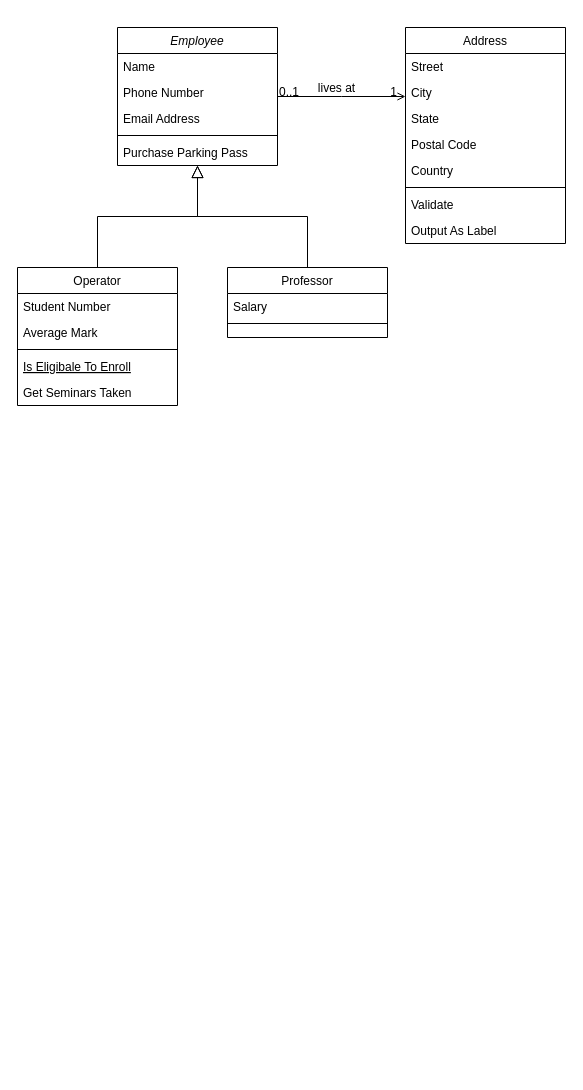
vivianebuge/objectOrientedJava keeps this draw.io diagram as page "Page-1" (1 of 2) of Classes_app.drawio. Above is the earlier version. Source tidied: cells renumbered, new cells numbered last; positions are measured from the earlier drawing's top-left corner, leaving out a move shared by most shapes. Both pictures are drawn from the tidied source at 100%, with x=0, y=0 at pixel (17, 27).
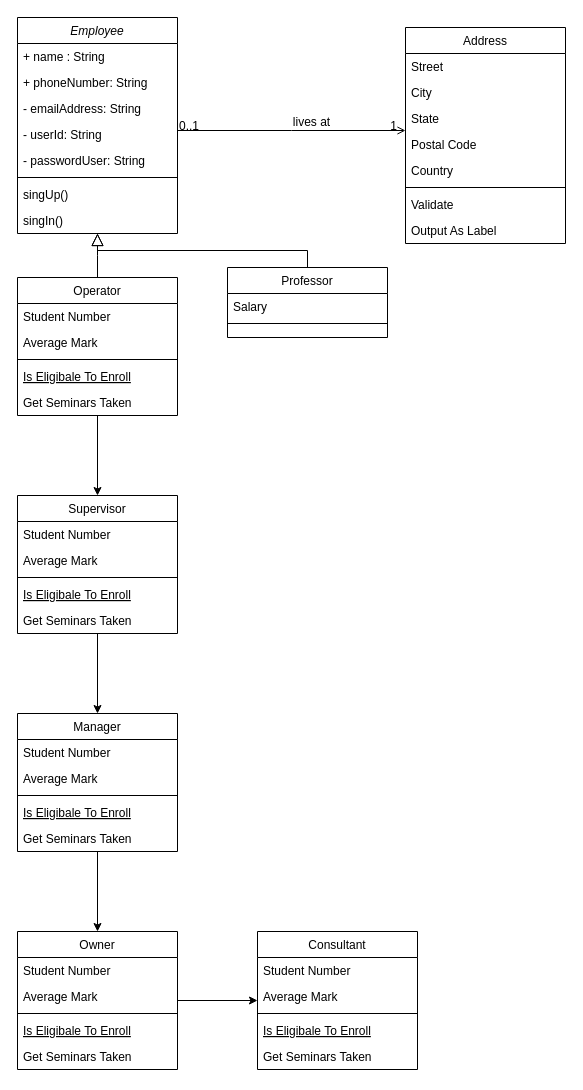
The same diagram, later.

Commit message:
Update of class diagram

The edit, as a diff of the source:
```diff
@@
     <mxCell id="2" value="Employee" style="swimlane;fontStyle=2;align=center;verticalAlign=top;horizontal=1;startSize=26;rounded=0;shadow=0;strokeWidth=1;" parent="1" vertex="1">
-      <mxGeometry x="100" width="160" height="138" as="geometry" />
+      <mxGeometry y="-10" width="160" height="216" as="geometry" />
     </mxCell>
-    <mxCell id="3" value="Name" style="text;align=left;verticalAlign=top;spacingLeft=4;spacingRight=4;overflow=hidden;" parent="2" vertex="1">
+    <mxCell id="3" value="+ name : String" style="text;align=left;verticalAlign=top;spacingLeft=4;spacingRight=4;overflow=hidden;" parent="2" vertex="1">
       <mxGeometry y="26" width="160" height="26" as="geometry" />
     </mxCell>
-    <mxCell id="4" value="Phone Number" style="text;align=left;verticalAlign=top;spacingLeft=4;spacingRight=4;overflow=hidden;rounded=0;shadow=0;html=0;" parent="2" vertex="1">
+    <mxCell id="4" value="+ phoneNumber: String" style="text;align=left;verticalAlign=top;spacingLeft=4;spacingRight=4;overflow=hidden;rounded=0;shadow=0;html=0;" parent="2" vertex="1">
       <mxGeometry y="52" width="160" height="26" as="geometry" />
     </mxCell>
-    <mxCell id="5" value="Email Address" style="text;align=left;verticalAlign=top;spacingLeft=4;spacingRight=4;overflow=hidden;rounded=0;shadow=0;html=0;" parent="2" vertex="1">
+    <mxCell id="5" value="- emailAddress: String" style="text;align=left;verticalAlign=top;spacingLeft=4;spacingRight=4;overflow=hidden;rounded=0;shadow=0;html=0;" parent="2" vertex="1">
       <mxGeometry y="78" width="160" height="26" as="geometry" />
     </mxCell>
+    <mxCell id="32" value="- userId: String" style="text;align=left;verticalAlign=top;spacingLeft=4;spacingRight=4;overflow=hidden;rounded=0;shadow=0;html=0;" parent="2" vertex="1">
+      <mxGeometry y="104" width="160" height="26" as="geometry" />
+    </mxCell>
+    <mxCell id="33" value="- passwordUser: String" style="text;align=left;verticalAlign=top;spacingLeft=4;spacingRight=4;overflow=hidden;rounded=0;shadow=0;html=0;" parent="2" vertex="1">
+      <mxGeometry y="130" width="160" height="26" as="geometry" />
+    </mxCell>
     <mxCell id="6" style="line;html=1;strokeWidth=1;align=left;verticalAlign=middle;spacingTop=-1;spacingLeft=3;spacingRight=3;labelPosition=right;" parent="2" vertex="1">
-      <mxGeometry y="104" width="160" height="8" as="geometry" />
+      <mxGeometry y="156" width="160" height="8" as="geometry" />
     </mxCell>
-    <mxCell id="7" value="Purchase Parking Pass" style="text;align=left;verticalAlign=top;spacingLeft=4;spacingRight=4;overflow=hidden;" parent="2" vertex="1">
-      <mxGeometry y="112" width="160" height="26" as="geometry" />
+    <mxCell id="7" value="singUp()" style="text;align=left;verticalAlign=top;spacingLeft=4;spacingRight=4;overflow=hidden;" parent="2" vertex="1">
+      <mxGeometry y="164" width="160" height="26" as="geometry" />
     </mxCell>
+    <mxCell id="34" value="singIn()" style="text;align=left;verticalAlign=top;spacingLeft=4;spacingRight=4;overflow=hidden;" parent="2" vertex="1">
+      <mxGeometry y="190" width="160" height="26" as="geometry" />
+    </mxCell>
+    <mxCell id="35" style="edgeStyle=orthogonalEdgeStyle;rounded=0;jettySize=auto;html=1;" parent="1" edge="1" source="8" target="37">
+      <mxGeometry relative="1" as="geometry" />
+    </mxCell>
     <mxCell id="8" value="Operator" style="swimlane;fontStyle=0;align=center;verticalAlign=top;horizontal=1;startSize=26;rounded=0;shadow=0;strokeWidth=1;" parent="1" vertex="1">
-      <mxGeometry y="240" width="160" height="138" as="geometry" />
+      <mxGeometry y="250" width="160" height="138" as="geometry" />
     </mxCell>
@@
+    <mxCell id="36" style="edgeStyle=orthogonalEdgeStyle;rounded=0;jettySize=auto;html=1;" parent="1" edge="1" source="37" target="44">
+      <mxGeometry relative="1" as="geometry" />
+    </mxCell>
+    <mxCell id="37" value="Supervisor" style="swimlane;fontStyle=0;align=center;verticalAlign=top;horizontal=1;startSize=26;rounded=0;shadow=0;strokeWidth=1;" parent="1" vertex="1">
+      <mxGeometry y="468" width="160" height="138" as="geometry" />
+    </mxCell>
+    <mxCell id="38" value="Student Number" style="text;align=left;verticalAlign=top;spacingLeft=4;spacingRight=4;overflow=hidden;" parent="37" vertex="1">
+      <mxGeometry y="26" width="160" height="26" as="geometry" />
+    </mxCell>
+    <mxCell id="39" value="Average Mark" style="text;align=left;verticalAlign=top;spacingLeft=4;spacingRight=4;overflow=hidden;rounded=0;shadow=0;html=0;" parent="37" vertex="1">
+      <mxGeometry y="52" width="160" height="26" as="geometry" />
+    </mxCell>
+    <mxCell id="40" style="line;html=1;strokeWidth=1;align=left;verticalAlign=middle;spacingTop=-1;spacingLeft=3;spacingRight=3;labelPosition=right;" parent="37" vertex="1">
+      <mxGeometry y="78" width="160" height="8" as="geometry" />
+    </mxCell>
+    <mxCell id="41" value="Is Eligibale To Enroll" style="text;align=left;verticalAlign=top;spacingLeft=4;spacingRight=4;overflow=hidden;fontStyle=4;" parent="37" vertex="1">
+      <mxGeometry y="86" width="160" height="26" as="geometry" />
+    </mxCell>
+    <mxCell id="42" value="Get Seminars Taken" style="text;align=left;verticalAlign=top;spacingLeft=4;spacingRight=4;overflow=hidden;" parent="37" vertex="1">
+      <mxGeometry y="112" width="160" height="26" as="geometry" />
+    </mxCell>
+    <mxCell id="43" style="edgeStyle=orthogonalEdgeStyle;rounded=0;jettySize=auto;html=1;" parent="1" edge="1" source="44" target="51">
+      <mxGeometry relative="1" as="geometry" />
+    </mxCell>
+    <mxCell id="44" value="Manager" style="swimlane;fontStyle=0;align=center;verticalAlign=top;horizontal=1;startSize=26;rounded=0;shadow=0;strokeWidth=1;" parent="1" vertex="1">
+      <mxGeometry y="686" width="160" height="138" as="geometry" />
+    </mxCell>
+    <mxCell id="45" value="Student Number" style="text;align=left;verticalAlign=top;spacingLeft=4;spacingRight=4;overflow=hidden;" parent="44" vertex="1">
+      <mxGeometry y="26" width="160" height="26" as="geometry" />
+    </mxCell>
+    <mxCell id="46" value="Average Mark" style="text;align=left;verticalAlign=top;spacingLeft=4;spacingRight=4;overflow=hidden;rounded=0;shadow=0;html=0;" parent="44" vertex="1">
+      <mxGeometry y="52" width="160" height="26" as="geometry" />
+    </mxCell>
+    <mxCell id="47" style="line;html=1;strokeWidth=1;align=left;verticalAlign=middle;spacingTop=-1;spacingLeft=3;spacingRight=3;labelPosition=right;" parent="44" vertex="1">
+      <mxGeometry y="78" width="160" height="8" as="geometry" />
+    </mxCell>
+    <mxCell id="48" value="Is Eligibale To Enroll" style="text;align=left;verticalAlign=top;spacingLeft=4;spacingRight=4;overflow=hidden;fontStyle=4;" parent="44" vertex="1">
+      <mxGeometry y="86" width="160" height="26" as="geometry" />
+    </mxCell>
+    <mxCell id="49" value="Get Seminars Taken" style="text;align=left;verticalAlign=top;spacingLeft=4;spacingRight=4;overflow=hidden;" parent="44" vertex="1">
+      <mxGeometry y="112" width="160" height="26" as="geometry" />
+    </mxCell>
+    <mxCell id="50" style="edgeStyle=orthogonalEdgeStyle;rounded=0;jettySize=auto;html=1;" parent="1" edge="1" source="51" target="57">
+      <mxGeometry relative="1" as="geometry" />
+    </mxCell>
+    <mxCell id="51" value="Owner" style="swimlane;fontStyle=0;align=center;verticalAlign=top;horizontal=1;startSize=26;rounded=0;shadow=0;strokeWidth=1;" parent="1" vertex="1">
+      <mxGeometry y="904" width="160" height="138" as="geometry" />
+    </mxCell>
+    <mxCell id="52" value="Student Number" style="text;align=left;verticalAlign=top;spacingLeft=4;spacingRight=4;overflow=hidden;" parent="51" vertex="1">
+      <mxGeometry y="26" width="160" height="26" as="geometry" />
+    </mxCell>
+    <mxCell id="53" value="Average Mark" style="text;align=left;verticalAlign=top;spacingLeft=4;spacingRight=4;overflow=hidden;rounded=0;shadow=0;html=0;" parent="51" vertex="1">
+      <mxGeometry y="52" width="160" height="26" as="geometry" />
+    </mxCell>
+    <mxCell id="54" style="line;html=1;strokeWidth=1;align=left;verticalAlign=middle;spacingTop=-1;spacingLeft=3;spacingRight=3;labelPosition=right;" parent="51" vertex="1">
+      <mxGeometry y="78" width="160" height="8" as="geometry" />
+    </mxCell>
+    <mxCell id="55" value="Is Eligibale To Enroll" style="text;align=left;verticalAlign=top;spacingLeft=4;spacingRight=4;overflow=hidden;fontStyle=4;" parent="51" vertex="1">
+      <mxGeometry y="86" width="160" height="26" as="geometry" />
+    </mxCell>
+    <mxCell id="56" value="Get Seminars Taken" style="text;align=left;verticalAlign=top;spacingLeft=4;spacingRight=4;overflow=hidden;" parent="51" vertex="1">
+      <mxGeometry y="112" width="160" height="26" as="geometry" />
+    </mxCell>
+    <mxCell id="57" value="Consultant" style="swimlane;fontStyle=0;align=center;verticalAlign=top;horizontal=1;startSize=26;rounded=0;shadow=0;strokeWidth=1;" parent="1" vertex="1">
+      <mxGeometry x="240" y="904" width="160" height="138" as="geometry" />
+    </mxCell>
+    <mxCell id="58" value="Student Number" style="text;align=left;verticalAlign=top;spacingLeft=4;spacingRight=4;overflow=hidden;" parent="57" vertex="1">
+      <mxGeometry y="26" width="160" height="26" as="geometry" />
+    </mxCell>
+    <mxCell id="59" value="Average Mark" style="text;align=left;verticalAlign=top;spacingLeft=4;spacingRight=4;overflow=hidden;rounded=0;shadow=0;html=0;" parent="57" vertex="1">
+      <mxGeometry y="52" width="160" height="26" as="geometry" />
+    </mxCell>
+    <mxCell id="60" style="line;html=1;strokeWidth=1;align=left;verticalAlign=middle;spacingTop=-1;spacingLeft=3;spacingRight=3;labelPosition=right;" parent="57" vertex="1">
+      <mxGeometry y="78" width="160" height="8" as="geometry" />
+    </mxCell>
+    <mxCell id="61" value="Is Eligibale To Enroll" style="text;align=left;verticalAlign=top;spacingLeft=4;spacingRight=4;overflow=hidden;fontStyle=4;" parent="57" vertex="1">
+      <mxGeometry y="86" width="160" height="26" as="geometry" />
+    </mxCell>
+    <mxCell id="62" value="Get Seminars Taken" style="text;align=left;verticalAlign=top;spacingLeft=4;spacingRight=4;overflow=hidden;" parent="57" vertex="1">
+      <mxGeometry y="112" width="160" height="26" as="geometry" />
+    </mxCell>
```
